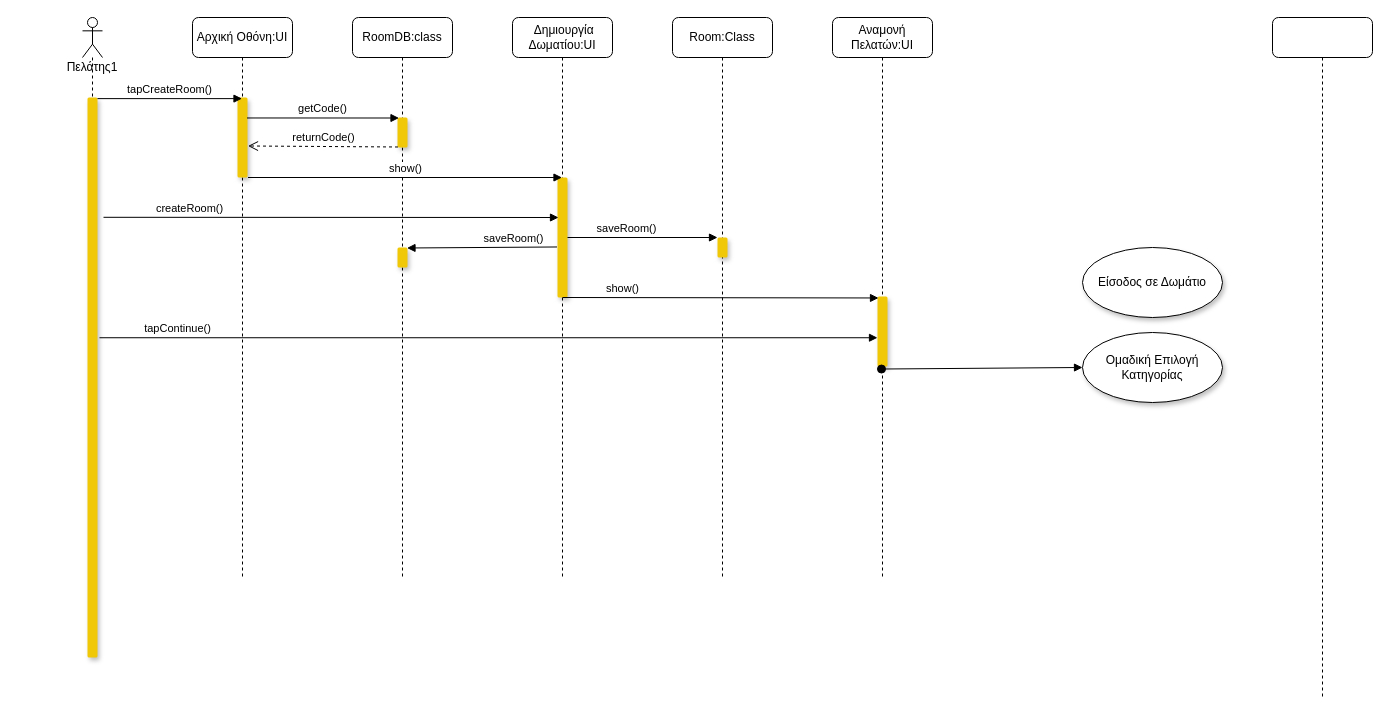
Before: docs/contributions/JoannaAgo/Phase_5/Create Room/Create_room_ sequence.drawio in iloudaros/nomnomr, a draw.io diagram. Source tidied: cells renumbered, new cells numbered last; positions are measured from the earlier drawing's top-left corner, leaving out a move shared by most shapes. Both pictures are drawn from the tidied source at 100%, with x=0, y=0 at pixel (82, 17).
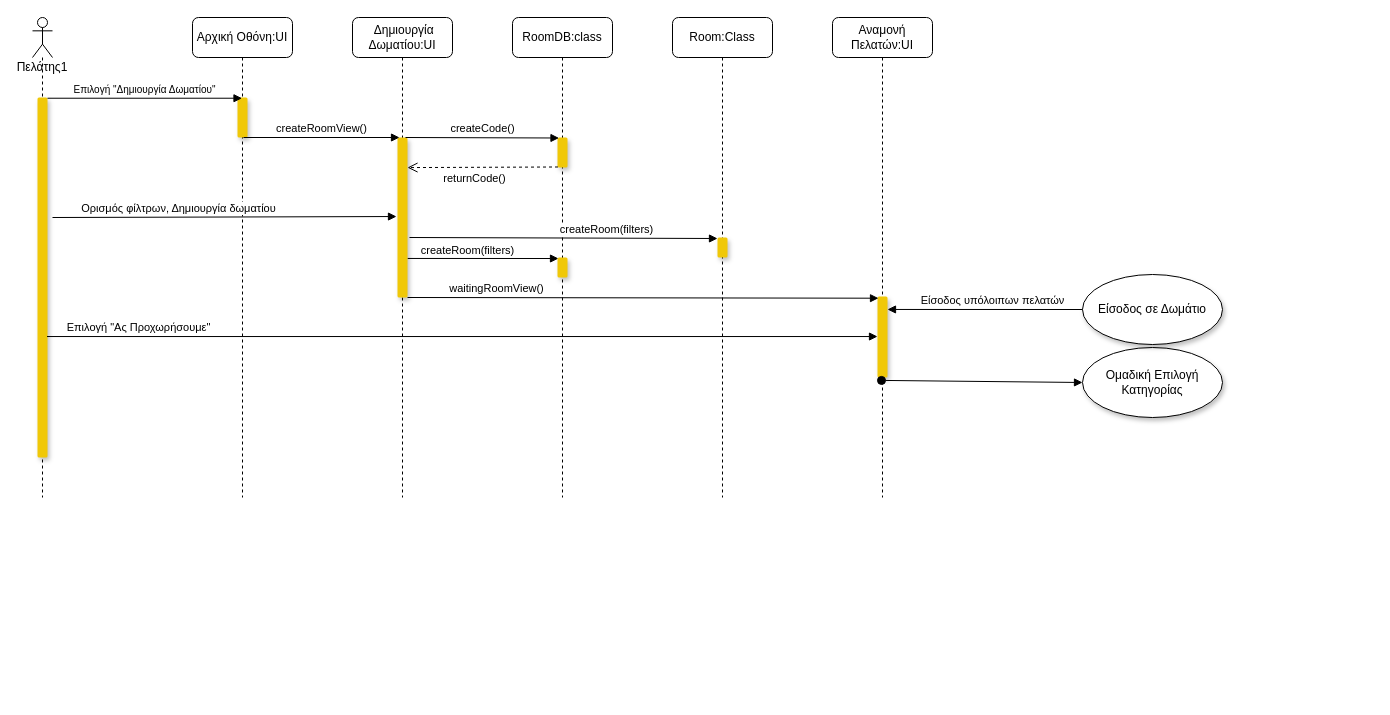
The same diagram, later.

Commit message (it also covers changes not shown here):
updated sequence and robustness

Unchanged cells that the change refers to:
```xml
<mxCell id="10" style="html=1;points=[];perimeter=orthogonalPerimeter;strokeColor=none;fillColor=#F0C808;shadow=1;rounded=1;" parent="9" vertex="1">
  <mxGeometry x="45" y="220" width="10" height="20" as="geometry" />
</mxCell>
```

The edit, as a diff of the source:
```diff
@@
-    <mxCell id="2" value="saveRoom()" style="html=1;verticalAlign=bottom;endArrow=block;rounded=0;entryX=0.95;entryY=0.025;entryDx=0;entryDy=0;entryPerimeter=0;exitX=-0.05;exitY=0.579;exitDx=0;exitDy=0;exitPerimeter=0;" parent="1" edge="1" source="8" target="12">
-      <mxGeometry x="-0.41" relative="1" as="geometry" />
+    <mxCell id="2" value="createRoom(filters)" style="html=1;verticalAlign=bottom;endArrow=block;rounded=0;entryX=0.1;entryY=0.05;entryDx=0;entryDy=0;entryPerimeter=0;exitX=1;exitY=0.756;exitDx=0;exitDy=0;exitPerimeter=0;" parent="1" edge="1" source="8" target="12">
+      <mxGeometry x="-0.2" y="-1" relative="1" as="geometry" />
     </mxCell>
     <mxCell id="3" value="Πελάτης1" style="shape=umlLifeline;participant=umlActor;perimeter=lifelinePerimeter;whiteSpace=wrap;html=1;verticalAlign=top;spacingTop=36;" parent="1" vertex="1">
-      <mxGeometry width="20" height="640" as="geometry" />
+      <mxGeometry x="-50" width="20" height="480" as="geometry" />
     </mxCell>
     <mxCell id="4" style="html=1;points=[];perimeter=orthogonalPerimeter;strokeColor=none;fillColor=#F0C808;shadow=1;rounded=1;sketch=0;" parent="3" vertex="1">
-      <mxGeometry x="5" y="80" width="10" height="560" as="geometry" />
+      <mxGeometry x="5" y="80" width="10" height="360" as="geometry" />
     </mxCell>
     <mxCell id="5" value="Αρχική Οθόνη:UI" style="shape=umlLifeline;perimeter=lifelinePerimeter;whiteSpace=wrap;html=1;outlineConnect=0;rounded=1;shadow=0;fillColor=#FFFFFF;" parent="1" vertex="1">
-      <mxGeometry x="110" width="100" height="560" as="geometry" />
+      <mxGeometry x="110" width="100" height="480" as="geometry" />
     </mxCell>
     <mxCell id="6" style="html=1;points=[];perimeter=orthogonalPerimeter;strokeColor=none;fillColor=#F0C808;shadow=1;rounded=1;" parent="5" vertex="1">
-      <mxGeometry x="45" y="80" width="10" height="80" as="geometry" />
+      <mxGeometry x="45" y="80" width="10" height="40" as="geometry" />
     </mxCell>
     <mxCell id="7" value="&amp;nbsp;Δημιουργία Δωματίου:UI" style="shape=umlLifeline;perimeter=lifelinePerimeter;whiteSpace=wrap;html=1;outlineConnect=0;rounded=1;shadow=0;fillColor=#FFFFFF;" parent="1" vertex="1">
-      <mxGeometry x="430" width="100" height="560" as="geometry" />
+      <mxGeometry x="270" width="100" height="480" as="geometry" />
     </mxCell>
     <mxCell id="8" style="html=1;points=[];perimeter=orthogonalPerimeter;strokeColor=none;fillColor=#F0C808;shadow=1;rounded=1;" parent="7" vertex="1">
-      <mxGeometry x="45" y="160" width="10" height="120" as="geometry" />
+      <mxGeometry x="45" y="120" width="10" height="160" as="geometry" />
     </mxCell>
     <mxCell id="9" value="Room:Class" style="shape=umlLifeline;perimeter=lifelinePerimeter;whiteSpace=wrap;html=1;rounded=1;shadow=0;fillColor=#FFFFFF;" parent="1" vertex="1">
-      <mxGeometry x="590" width="100" height="560" as="geometry" />
+      <mxGeometry x="590" width="100" height="480" as="geometry" />
     </mxCell>
@@
     <mxCell id="11" value="RoomDB:class" style="shape=umlLifeline;perimeter=lifelinePerimeter;whiteSpace=wrap;html=1;rounded=1;shadow=0;fillColor=#FFFFFF;" parent="1" vertex="1">
-      <mxGeometry x="270" width="100" height="560" as="geometry" />
+      <mxGeometry x="430" width="100" height="480" as="geometry" />
     </mxCell>
     <mxCell id="12" style="html=1;points=[];perimeter=orthogonalPerimeter;strokeColor=none;fillColor=#F0C808;shadow=1;rounded=1;" parent="11" vertex="1">
-      <mxGeometry x="45" y="230" width="10" height="20" as="geometry" />
+      <mxGeometry x="45" y="240" width="10" height="20" as="geometry" />
     </mxCell>
     <mxCell id="13" style="html=1;points=[];perimeter=orthogonalPerimeter;strokeColor=none;fillColor=#F0C808;shadow=1;rounded=1;" parent="11" vertex="1">
-      <mxGeometry x="45" y="100" width="10" height="30" as="geometry" />
+      <mxGeometry x="45" y="120" width="10" height="30" as="geometry" />
     </mxCell>
-    <mxCell id="14" value="tapCreateRoom()" style="html=1;verticalAlign=bottom;endArrow=block;rounded=0;exitX=1;exitY=0.002;exitDx=0;exitDy=0;exitPerimeter=0;" parent="1" edge="1" source="4" target="5">
+    <mxCell id="14" value="&lt;font style=&quot;font-size: 10px;&quot;&gt;Επιλογή &quot;Δημιουργία Δωματίου&quot;&lt;/font&gt;" style="html=1;verticalAlign=bottom;endArrow=block;rounded=0;exitX=1;exitY=0.002;exitDx=0;exitDy=0;exitPerimeter=0;" parent="1" edge="1" source="4" target="5">
       <mxGeometry relative="1" as="geometry" />
     </mxCell>
-    <mxCell id="15" value="show()" style="html=1;verticalAlign=bottom;endArrow=block;rounded=0;exitX=1;exitY=0.002;exitDx=0;exitDy=0;exitPerimeter=0;" parent="1" edge="1" target="7">
-      <mxGeometry relative="1" as="geometry">
-        <mxPoint x="165.5" y="160" as="sourcePoint" />
-      </mxGeometry>
+    <mxCell id="15" value="createRoomView()" style="html=1;verticalAlign=bottom;endArrow=block;rounded=0;entryX=0.2;entryY=0;entryDx=0;entryDy=0;entryPerimeter=0;exitX=0.6;exitY=1;exitDx=0;exitDy=0;exitPerimeter=0;" parent="1" edge="1" source="6" target="8">
+      <mxGeometry relative="1" as="geometry" />
     </mxCell>
-    <mxCell id="16" value="createRoom()" style="html=1;verticalAlign=bottom;endArrow=block;rounded=0;exitX=1;exitY=0.214;exitDx=0;exitDy=0;exitPerimeter=0;" parent="1" edge="1">
-      <mxGeometry x="-0.62" relative="1" as="geometry">
-        <mxPoint x="21" y="199.8" as="sourcePoint" />
-        <mxPoint x="476" y="200" as="targetPoint" />
+    <mxCell id="16" value="Ορισμός φίλτρων, Δημιουργία δωματίου" style="html=1;verticalAlign=bottom;endArrow=block;rounded=0;entryX=-0.1;entryY=0.494;entryDx=0;entryDy=0;entryPerimeter=0;" parent="1" edge="1" target="8">
+      <mxGeometry x="-0.27" relative="1" as="geometry">
+        <mxPoint x="-30" y="200" as="sourcePoint" />
       </mxGeometry>
     </mxCell>
     <mxCell id="17" value="Αναμονή Πελατών:UI" style="shape=umlLifeline;perimeter=lifelinePerimeter;whiteSpace=wrap;html=1;rounded=1;shadow=0;fillColor=#FFFFFF;" parent="1" vertex="1">
-      <mxGeometry x="750" width="100" height="560" as="geometry" />
+      <mxGeometry x="750" width="100" height="480" as="geometry" />
     </mxCell>
     <mxCell id="18" style="html=1;points=[];perimeter=orthogonalPerimeter;strokeColor=none;fillColor=#F0C808;shadow=1;rounded=1;" parent="17" vertex="1">
-      <mxGeometry x="45" y="279" width="10" height="70" as="geometry" />
+      <mxGeometry x="45" y="279" width="10" height="81" as="geometry" />
     </mxCell>
-    <mxCell id="19" style="shape=umlLifeline;perimeter=lifelinePerimeter;whiteSpace=wrap;html=1;rounded=1;shadow=0;fillColor=#FFFFFF;" parent="1" vertex="1">
-      <mxGeometry x="1190" width="100" height="680" as="geometry" />
-    </mxCell>
-    <mxCell id="20" value="saveRoom()" style="html=1;verticalAlign=bottom;endArrow=block;rounded=0;" parent="1" edge="1" source="8" target="10">
-      <mxGeometry x="-0.21" relative="1" as="geometry" />
+    <mxCell id="20" value="createRoom(filters)" style="html=1;verticalAlign=bottom;endArrow=block;rounded=0;exitX=1.2;exitY=0.625;exitDx=0;exitDy=0;exitPerimeter=0;entryX=0;entryY=0.05;entryDx=0;entryDy=0;entryPerimeter=0;" parent="1" edge="1" source="8" target="10">
+      <mxGeometry x="0.28" relative="1" as="geometry" />
     </mxCell>
-    <mxCell id="21" value="show()" style="html=1;verticalAlign=bottom;endArrow=block;rounded=0;entryX=0.1;entryY=0.021;entryDx=0;entryDy=0;entryPerimeter=0;" parent="1" edge="1" target="18">
-      <mxGeometry x="-0.62" relative="1" as="geometry">
-        <mxPoint x="480" y="280" as="sourcePoint" />
-      </mxGeometry>
+    <mxCell id="21" value="waitingRoomView()" style="html=1;verticalAlign=bottom;endArrow=block;rounded=0;entryX=0.1;entryY=0.021;entryDx=0;entryDy=0;entryPerimeter=0;" parent="1" edge="1" source="8" target="18">
+      <mxGeometry x="-0.62" relative="1" as="geometry" />
     </mxCell>
     <mxCell id="22" value="Ομαδική Επιλογή Κατηγορίας" style="ellipse;whiteSpace=wrap;html=1;rounded=1;shadow=1;fillColor=#FFFFFF;" parent="1" vertex="1">
-      <mxGeometry x="1000" y="315" width="140" height="70" as="geometry" />
+      <mxGeometry x="1000" y="330" width="140" height="70" as="geometry" />
     </mxCell>
-    <mxCell id="23" value="tapContinue()" style="html=1;verticalAlign=bottom;endArrow=block;rounded=0;exitX=1.2;exitY=0.429;exitDx=0;exitDy=0;exitPerimeter=0;" parent="1" edge="1" source="4" target="18">
-      <mxGeometry x="-0.8" relative="1" as="geometry" />
+    <mxCell id="23" value="Επιλογή &quot;Ας Προχωρήσουμε&quot;" style="html=1;verticalAlign=bottom;endArrow=block;rounded=0;exitX=0.95;exitY=0.664;exitDx=0;exitDy=0;exitPerimeter=0;" parent="1" edge="1" source="4" target="18">
+      <mxGeometry x="-0.78" relative="1" as="geometry" />
     </mxCell>
-    <mxCell id="24" value="getCode()" style="html=1;verticalAlign=bottom;endArrow=block;rounded=1;entryX=0.15;entryY=0.017;entryDx=0;entryDy=0;entryPerimeter=0;exitX=0.95;exitY=0.256;exitDx=0;exitDy=0;exitPerimeter=0;" parent="1" edge="1" source="6" target="13">
+    <mxCell id="24" value="createCode()" style="html=1;verticalAlign=bottom;endArrow=block;rounded=1;entryX=0.15;entryY=0.017;entryDx=0;entryDy=0;entryPerimeter=0;exitX=0.8;exitY=0;exitDx=0;exitDy=0;exitPerimeter=0;" parent="1" edge="1" source="8" target="13">
       <mxGeometry x="-0.01" relative="1" as="geometry">
         <mxPoint x="1" as="offset" />
       </mxGeometry>
     </mxCell>
-    <mxCell id="25" value="returnCode()" style="html=1;verticalAlign=bottom;endArrow=open;dashed=1;endSize=8;rounded=0;exitX=0.05;exitY=0.983;exitDx=0;exitDy=0;exitPerimeter=0;entryX=1.05;entryY=0.606;entryDx=0;entryDy=0;entryPerimeter=0;" parent="1" edge="1" source="13" target="6">
-      <mxGeometry relative="1" as="geometry" />
+    <mxCell id="25" value="returnCode()" style="html=1;verticalAlign=bottom;endArrow=open;dashed=1;endSize=8;rounded=0;exitX=0.05;exitY=0.983;exitDx=0;exitDy=0;exitPerimeter=0;entryX=1;entryY=0.188;entryDx=0;entryDy=0;entryPerimeter=0;" parent="1" edge="1" source="13" target="8">
+      <mxGeometry x="0.11" y="20" relative="1" as="geometry" />
     </mxCell>
@@
     <mxCell id="27" value="Είσοδος σε Δωμάτιο" style="ellipse;whiteSpace=wrap;html=1;rounded=1;shadow=1;fillColor=#FFFFFF;" parent="1" vertex="1">
-      <mxGeometry x="1000" y="230" width="140" height="70" as="geometry" />
+      <mxGeometry x="1000" y="257" width="140" height="70" as="geometry" />
     </mxCell>
+    <mxCell id="28" value="Είσοδος υπόλοιπων πελατών" style="html=1;verticalAlign=bottom;endArrow=block;rounded=0;exitX=0;exitY=0.5;exitDx=0;exitDy=0;entryX=1;entryY=0.16;entryDx=0;entryDy=0;entryPerimeter=0;" parent="1" edge="1" source="27" target="18">
+      <mxGeometry x="-0.08" relative="1" as="geometry" />
+    </mxCell>
```
